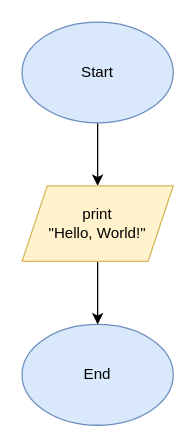
Above: Design/Intro-06.drawio in dbcalitis/ics4u-intro-06-typescript (draw.io), before the change. Source tidied: cells renumbered, new cells numbered last; positions are measured from the earlier drawing's top-left corner, leaving out a move shared by most shapes. Both pictures are drawn from the tidied source at 126%, with x=0, y=0 at pixel (21, 21).
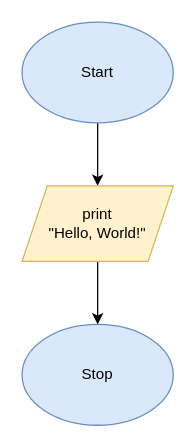
Above is the later version.

Commit message (it also covers changes not shown here):
updated Intro-06 diagram

Diff of the diagram source:
```diff
@@
 <mxGraphModel>
   <root>
     <mxCell id="0" />
     <mxCell id="1" parent="0" />
     <mxCell id="2" style="edgeStyle=none;html=1;exitX=0.5;exitY=1;exitDx=0;exitDy=0;" parent="1" edge="1" source="3" target="6">
       <mxGeometry relative="1" as="geometry" />
     </mxCell>
     <mxCell id="3" value="Start" style="ellipse;whiteSpace=wrap;html=1;fillColor=#dae8fc;strokeColor=#6c8ebf;" parent="1" vertex="1">
       <mxGeometry width="120" height="80" as="geometry" />
     </mxCell>
-    <mxCell id="4" value="End" style="ellipse;whiteSpace=wrap;html=1;fillColor=#dae8fc;strokeColor=#6c8ebf;" parent="1" vertex="1">
+    <mxCell id="4" value="Stop" style="ellipse;whiteSpace=wrap;html=1;fillColor=#dae8fc;strokeColor=#6c8ebf;" parent="1" vertex="1">
       <mxGeometry y="240" width="120" height="80" as="geometry" />
     </mxCell>
     <mxCell id="5" style="edgeStyle=none;html=1;exitX=0.5;exitY=1;exitDx=0;exitDy=0;entryX=0.5;entryY=0;entryDx=0;entryDy=0;" parent="1" edge="1" source="6" target="4">
       <mxGeometry relative="1" as="geometry" />
     </mxCell>
     <mxCell id="6" value="print &lt;br&gt;&quot;Hello, World!&quot;" style="shape=parallelogram;perimeter=parallelogramPerimeter;whiteSpace=wrap;html=1;fixedSize=1;fillColor=#fff2cc;strokeColor=#d6b656;" parent="1" vertex="1">
       <mxGeometry y="130" width="120" height="60" as="geometry" />
     </mxCell>
   </root>
 </mxGraphModel>
```
